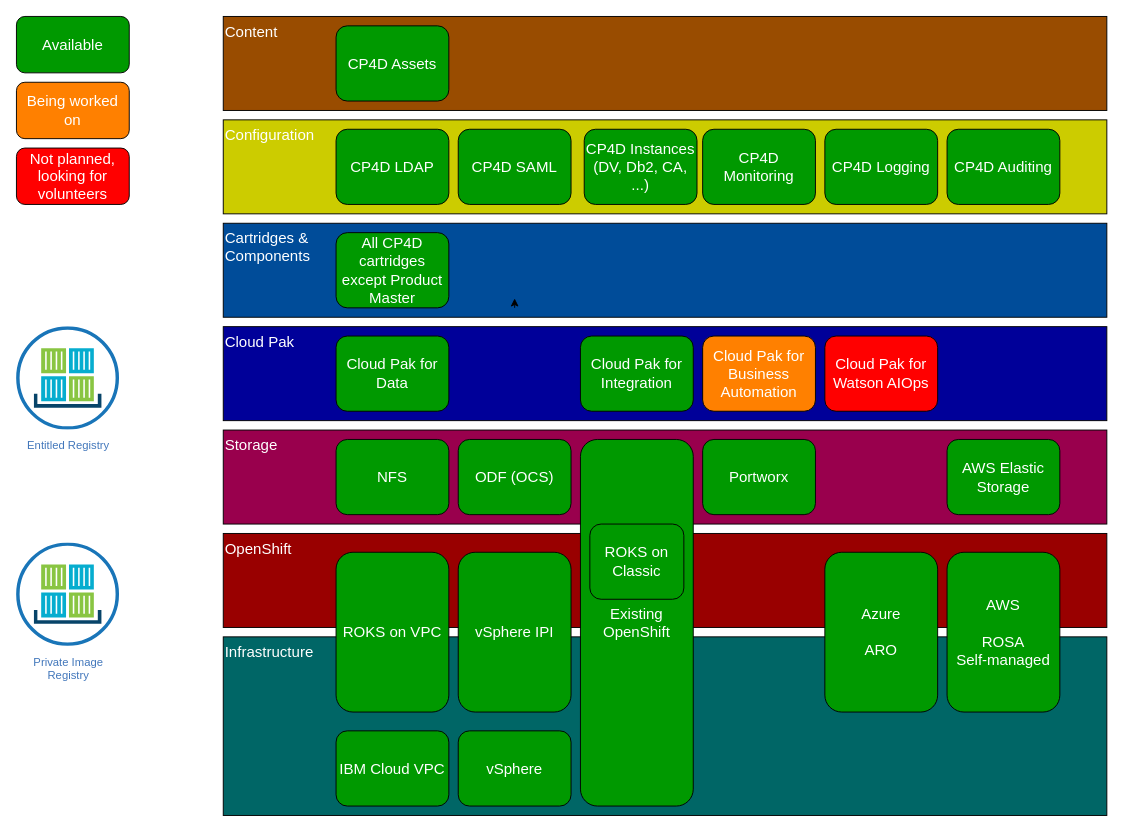
The draw.io diagram doc/src/pages/cp-deploy/overview/cp-deploy-current-state.drawio in IBM/cloud-pak-deployer, before the edit. Source tidied: cells renumbered, new cells numbered last; positions are measured from the earlier drawing's top-left corner, leaving out a move shared by most shapes. Both pictures are drawn from the tidied source at 94%, with x=0, y=0 at pixel (16, 16).
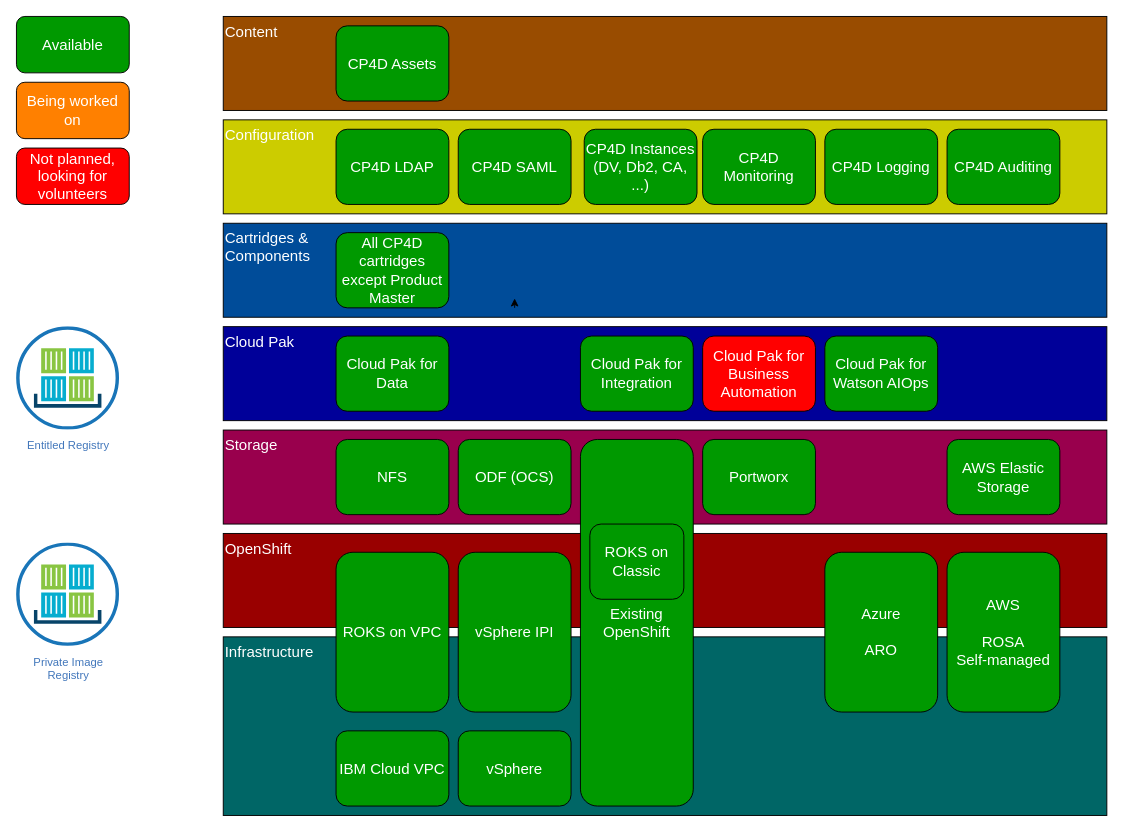
Above is the later version.

Commit message (it also covers changes not shown here):
Add CP4WAIOPS to current state

What changed in the source:
```diff
@@
-    <mxCell id="33" value="Cloud Pak for Business Automation" style="rounded=1;whiteSpace=wrap;html=1;fontSize=16;fontColor=#FFFFFF;fillColor=#FF8000;align=center;verticalAlign=middle;" parent="30" vertex="1">
+    <mxCell id="33" value="Cloud Pak for Business Automation" style="rounded=1;whiteSpace=wrap;html=1;fontSize=16;fontColor=#FFFFFF;fillColor=#FF0000;align=center;verticalAlign=middle;" parent="30" vertex="1">
       <mxGeometry x="730" y="340" width="120" height="80" as="geometry" />
     </mxCell>
-    <mxCell id="34" value="Cloud Pak for Watson AIOps" style="rounded=1;whiteSpace=wrap;html=1;fontSize=16;fontColor=#FFFFFF;fillColor=#FF0000;align=center;verticalAlign=middle;" parent="30" vertex="1">
+    <mxCell id="34" value="Cloud Pak for Watson AIOps" style="rounded=1;whiteSpace=wrap;html=1;fontSize=16;fontColor=#FFFFFF;fillColor=#009900;align=center;verticalAlign=middle;" parent="30" vertex="1">
       <mxGeometry x="860" y="340" width="120" height="80" as="geometry" />
     </mxCell>
```
